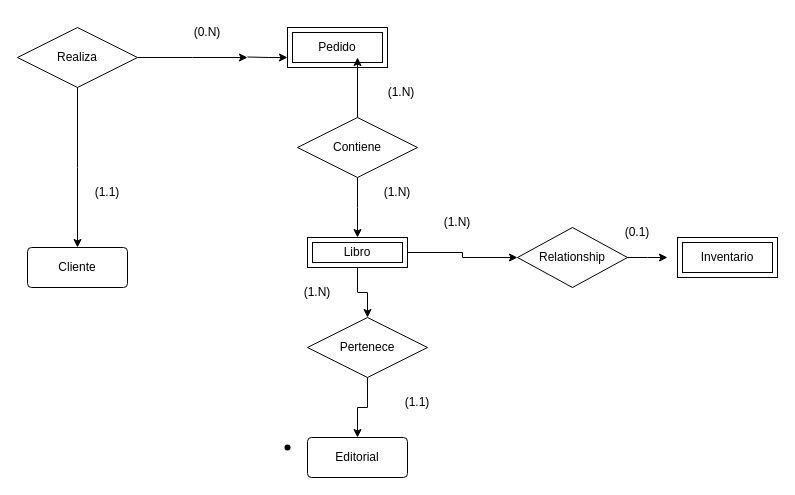
Above: db/modelo.drawio in Sergio-Tolaba/ds_ej (draw.io), before the change. Source tidied: cells renumbered, new cells numbered last; positions are measured from the earlier drawing's top-left corner, leaving out a move shared by most shapes. Both pictures are drawn from the tidied source at 100%, with x=0, y=0 at pixel (17, 17).
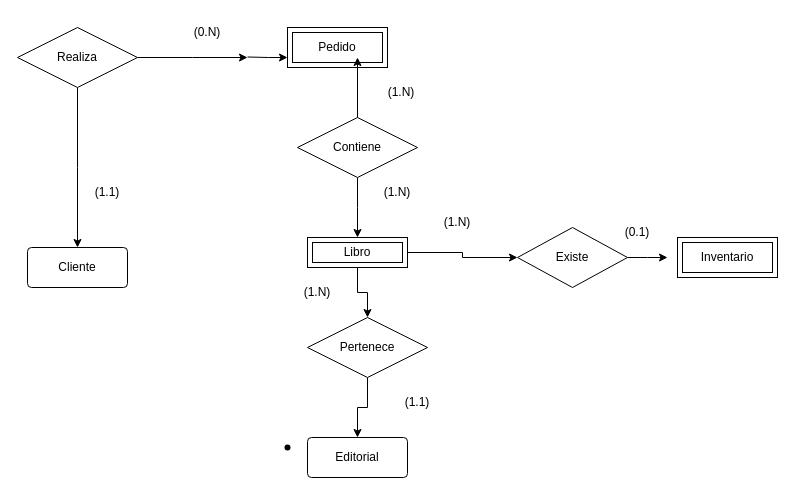
The same diagram, later.

Commit message:
Cardinalidad Existe: modelo.drawio

What changed in the source:
```diff
@@
-    <mxCell id="25" value="Relationship" style="shape=rhombus;perimeter=rhombusPerimeter;whiteSpace=wrap;html=1;align=center;" parent="1" vertex="1">
+    <mxCell id="25" value="Existe" style="shape=rhombus;perimeter=rhombusPerimeter;whiteSpace=wrap;html=1;align=center;" parent="1" vertex="1">
       <mxGeometry x="500" y="210" width="110" height="60" as="geometry" />
     </mxCell>
```
